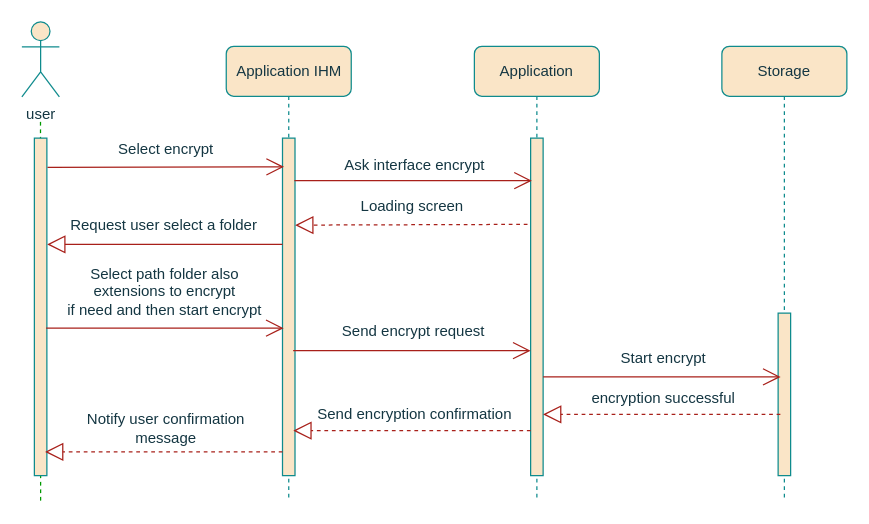
Before: EasySave3.0 Decrypt.drawio in Weicheng178/UML, a draw.io diagram. Source tidied: cells renumbered, new cells numbered last; positions are measured from the earlier drawing's top-left corner, leaving out a move shared by most shapes. Both pictures are drawn from the tidied source at 125%, with x=0, y=0 at pixel (21, 21).
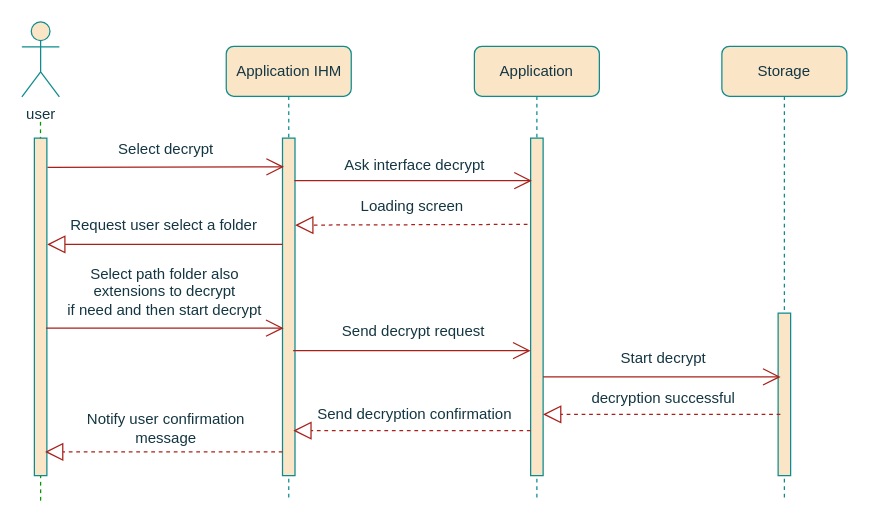
The same page after the edit.

Diff of the diagram source:
```diff
@@
-    <mxCell id="11" value="Select encrypt" style="text;html=1;align=center;verticalAlign=middle;strokeColor=none;fillColor=none;rounded=1;fontColor=#143642;" parent="1" vertex="1">
+    <mxCell id="11" value="Select decrypt" style="text;html=1;align=center;verticalAlign=middle;strokeColor=none;fillColor=none;rounded=1;fontColor=#143642;" parent="1" vertex="1">
       <mxGeometry x="65.1" y="87" width="100" height="30" as="geometry" />
     </mxCell>
@@
-    <mxCell id="13" value="Ask interface encrypt" style="text;html=1;align=center;verticalAlign=middle;strokeColor=none;fillColor=none;rounded=1;fontColor=#143642;" parent="1" vertex="1">
+    <mxCell id="13" value="Ask interface decrypt" style="text;html=1;align=center;verticalAlign=middle;strokeColor=none;fillColor=none;rounded=1;fontColor=#143642;" parent="1" vertex="1">
       <mxGeometry x="244" y="100" width="140" height="30" as="geometry" />
     </mxCell>
@@
-    <mxCell id="15" value="Select path folder also &lt;br&gt;extensions to encrypt&lt;br&gt;if need and then start encrypt" style="text;html=1;align=center;verticalAlign=middle;strokeColor=none;fillColor=none;rounded=1;fontColor=#143642;" parent="1" vertex="1">
+    <mxCell id="15" value="Select path folder also &lt;br&gt;extensions to decrypt&lt;br&gt;if need and then start decrypt" style="text;html=1;align=center;verticalAlign=middle;strokeColor=none;fillColor=none;rounded=1;fontColor=#143642;" parent="1" vertex="1">
       <mxGeometry x="24.4" y="186" width="180" height="60" as="geometry" />
     </mxCell>
@@
-    <mxCell id="17" value="Send encrypt request" style="text;html=1;align=center;verticalAlign=middle;strokeColor=none;fillColor=none;rounded=1;fontColor=#143642;" parent="1" vertex="1">
+    <mxCell id="17" value="Send decrypt&amp;nbsp;request" style="text;html=1;align=center;verticalAlign=middle;strokeColor=none;fillColor=none;rounded=1;fontColor=#143642;" parent="1" vertex="1">
       <mxGeometry x="243.4" y="233" width="140" height="30" as="geometry" />
     </mxCell>
@@
-    <mxCell id="23" value="Start encrypt" style="text;html=1;align=center;verticalAlign=middle;strokeColor=none;fillColor=none;rounded=1;fontColor=#143642;" parent="1" vertex="1">
+    <mxCell id="23" value="Start decrypt" style="text;html=1;align=center;verticalAlign=middle;strokeColor=none;fillColor=none;rounded=1;fontColor=#143642;" parent="1" vertex="1">
       <mxGeometry x="468.4" y="254" width="90" height="30" as="geometry" />
     </mxCell>
@@
-    <mxCell id="25" value="encryption successful" style="text;html=1;align=center;verticalAlign=middle;strokeColor=none;fillColor=none;rounded=1;fontColor=#143642;" parent="1" vertex="1">
+    <mxCell id="25" value="decryption successful" style="text;html=1;align=center;verticalAlign=middle;strokeColor=none;fillColor=none;rounded=1;fontColor=#143642;" parent="1" vertex="1">
       <mxGeometry x="443.3" y="286" width="140" height="30" as="geometry" />
     </mxCell>
@@
-    <mxCell id="27" value="Send encryption&amp;nbsp;confirmation" style="text;html=1;align=center;verticalAlign=middle;strokeColor=none;fillColor=none;rounded=1;fontColor=#143642;" parent="1" vertex="1">
+    <mxCell id="27" value="Send decryption&amp;nbsp;confirmation" style="text;html=1;align=center;verticalAlign=middle;strokeColor=none;fillColor=none;rounded=1;fontColor=#143642;" parent="1" vertex="1">
       <mxGeometry x="223.5" y="299" width="180" height="30" as="geometry" />
     </mxCell>
```
